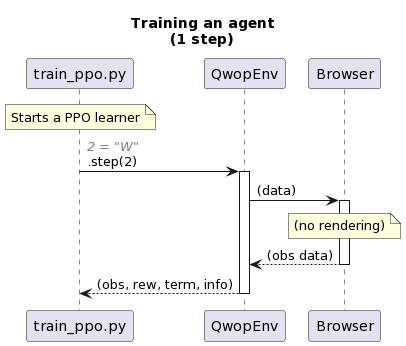
Earlier version of the PlantUML export doc/train.png (smanolloff/qwop-gym).
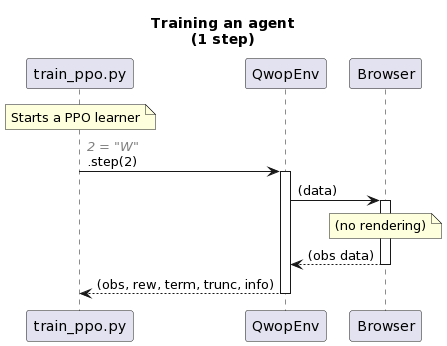
After the commit.

What changed in the source:
```diff
@@ -13,6 +13,6 @@
 env -> browser: (data)
 note over browser: (no rendering)
 browser --> env: (obs data)
-env --> script: (obs, rew, term, info)
+env --> script: (obs, rew, term, trunc, info)
 deactivate script
 @enduml
```
